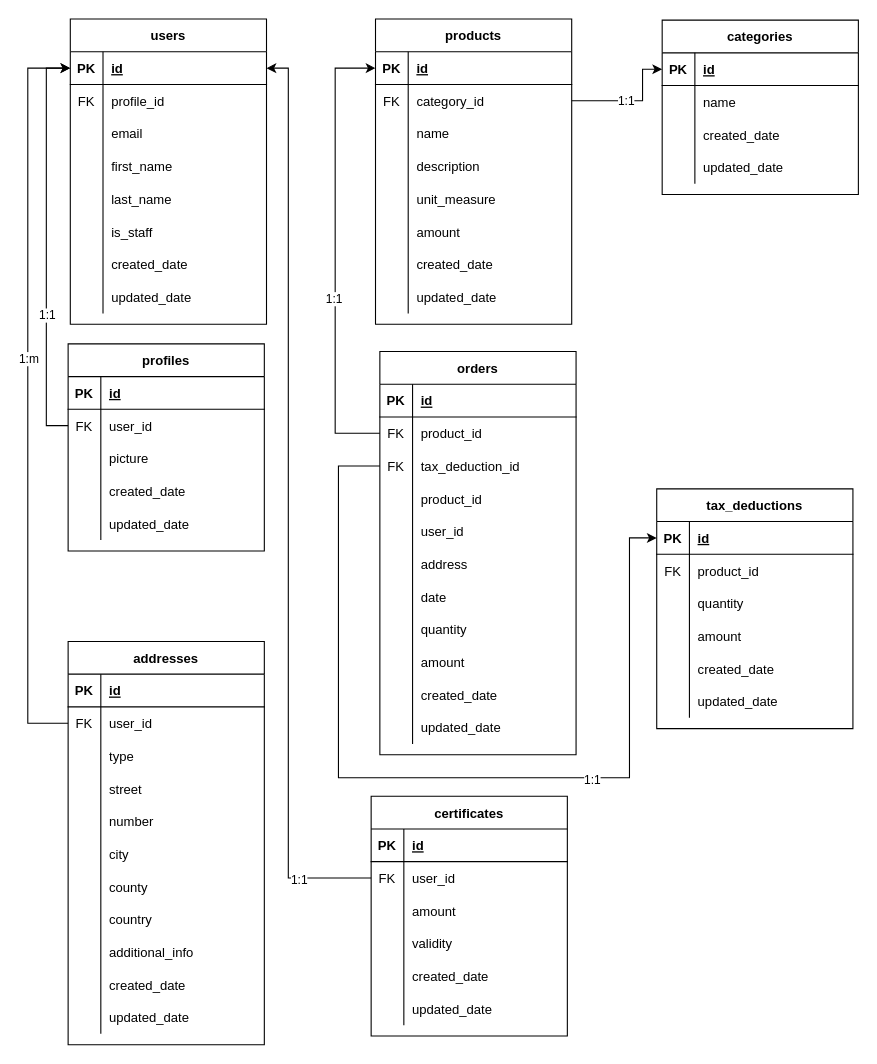
Before: WastePickupServices.drawio in PixLix1/donations_point, a draw.io diagram. Source tidied: cells renumbered, new cells numbered last; positions are measured from the earlier drawing's top-left corner, leaving out a move shared by most shapes. Both pictures are drawn from the tidied source at 109%, with x=0, y=0 at pixel (27, 19).
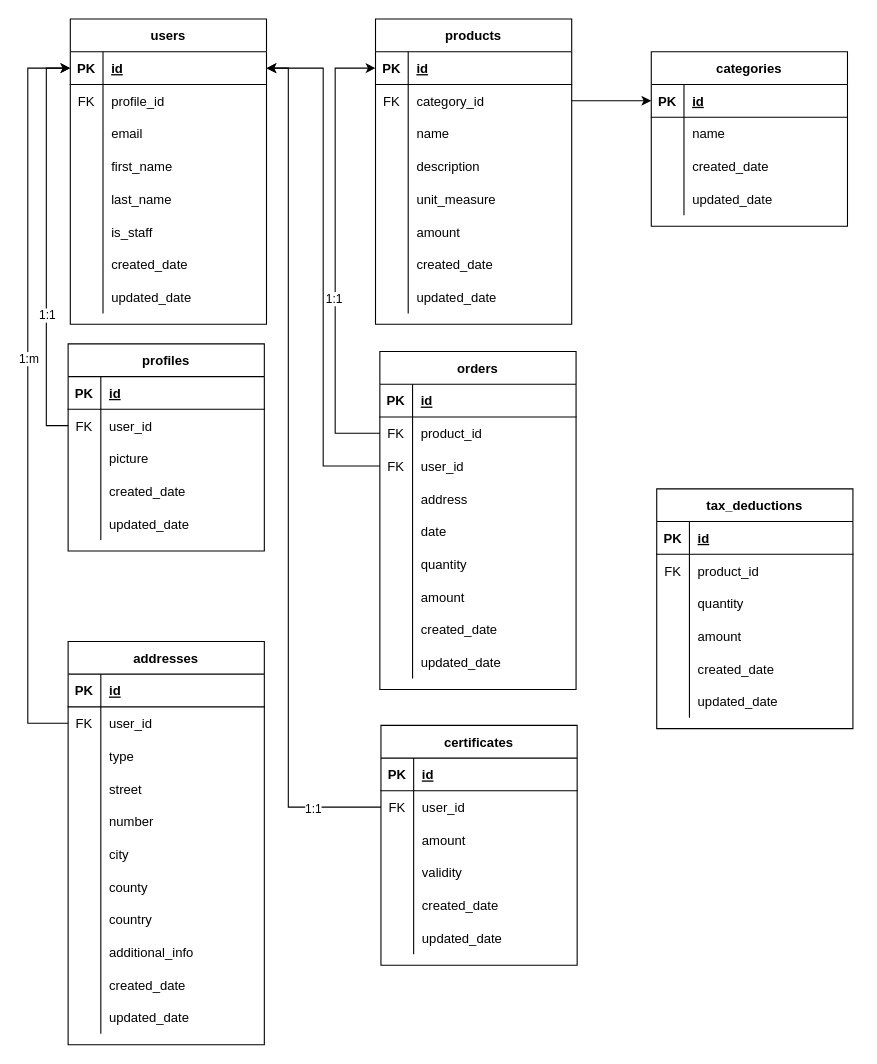
The same diagram, later.

Unchanged cells that the change refers to:
```xml
<mxCell id="3" style="shape=partialRectangle;fillColor=none;top=0;left=0;bottom=1;right=0;points=[[0,0.5],[1,0.5]];portConstraint=eastwest;" parent="2" vertex="1">
  <mxGeometry y="30" width="180" height="30" as="geometry" />
</mxCell>
<mxCell id="33" style="shape=partialRectangle;fillColor=none;top=0;left=0;bottom=0;right=0;points=[[0,0.5],[1,0.5]];portConstraint=eastwest;" parent="29" vertex="1">
  <mxGeometry y="60" width="180" height="30" as="geometry" />
</mxCell>
<mxCell id="89" style="shape=partialRectangle;fillColor=none;top=0;left=0;bottom=1;right=0;points=[[0,0.5],[1,0.5]];portConstraint=eastwest;" parent="88" vertex="1">
  <mxGeometry y="30" width="180" height="30" as="geometry" />
</mxCell>
<mxCell id="158" style="shape=partialRectangle;fillColor=none;top=0;left=0;bottom=1;right=0;points=[[0,0.5],[1,0.5]];portConstraint=eastwest;" parent="157" vertex="1">
  <mxGeometry y="30" width="180" height="30" as="geometry" />
</mxCell>
<mxCell id="182" style="shape=partialRectangle;fillColor=none;top=0;left=0;bottom=0;right=0;points=[[0,0.5],[1,0.5]];portConstraint=eastwest;" parent="178" vertex="1">
  <mxGeometry y="60" width="180" height="30" as="geometry" />
</mxCell>
```

The edit, as a diff of the source:
```diff
@@
-    <mxCell id="27" style="edgeStyle=orthogonalEdgeStyle;rounded=0;jettySize=auto;html=1;exitX=1;exitY=0.5;exitDx=0;exitDy=0;entryX=0;entryY=0.5;entryDx=0;entryDy=0;" parent="1" edge="1" source="33" target="89">
-      <mxGeometry relative="1" as="geometry">
-        <Array as="points">
-          <mxPoint x="564" y="75" />
-          <mxPoint x="564" y="46" />
-        </Array>
-      </mxGeometry>
-    </mxCell>
-    <mxCell id="28" value="1:1" style="edgeLabel;html=1;align=center;verticalAlign=middle;" parent="27" vertex="1">
-      <mxGeometry x="-0.12" y="1" relative="1" as="geometry" />
-    </mxCell>
@@
     <mxCell id="88" value="categories" style="shape=table;startSize=30;childLayout=tableLayout;rowLines=0;fontStyle=1;align=center;" parent="1" vertex="1">
-      <mxGeometry x="582" y="1" width="180" height="160" as="geometry" />
+      <mxGeometry x="572" y="30" width="180" height="160" as="geometry" />
     </mxCell>
@@
     <mxCell id="123" value="orders" style="shape=table;startSize=30;childLayout=tableLayout;rowLines=0;fontStyle=1;align=center;" parent="1" vertex="1">
-      <mxGeometry x="323" y="305" width="180" height="370" as="geometry" />
+      <mxGeometry x="323" y="305" width="180" height="310" as="geometry" />
     </mxCell>
@@
-    <mxCell id="130" style="shape=partialRectangle;fillColor=none;top=0;left=0;bottom=0;right=0;points=[[0,0.5],[1,0.5]];portConstraint=eastwest;" parent="123" vertex="1">
-      <mxGeometry y="90" width="180" height="30" as="geometry" />
-    </mxCell>
-    <mxCell id="131" value="FK" style="shape=partialRectangle;fillColor=none;top=0;left=0;bottom=0;right=0;overflow=hidden;" parent="130" vertex="1">
-      <mxGeometry width="30" height="30" as="geometry" />
-    </mxCell>
-    <mxCell id="132" value="tax_deduction_id" style="shape=partialRectangle;fillColor=none;top=0;left=0;bottom=0;right=0;align=left;spacingLeft=6;overflow=hidden;" parent="130" vertex="1">
-      <mxGeometry x="30" width="150" height="30" as="geometry" />
-    </mxCell>
-    <mxCell id="133" style="shape=partialRectangle;fillColor=none;top=0;left=0;bottom=0;right=0;" parent="123" vertex="1">
-      <mxGeometry y="120" width="180" height="30" as="geometry" />
-    </mxCell>
-    <mxCell id="134" style="shape=partialRectangle;fillColor=none;top=0;left=0;bottom=0;right=0;overflow=hidden;" parent="133" vertex="1">
-      <mxGeometry width="30" height="30" as="geometry" />
-    </mxCell>
-    <mxCell id="135" value="product_id" style="shape=partialRectangle;fillColor=none;top=0;left=0;bottom=0;right=0;align=left;spacingLeft=6;overflow=hidden;" parent="133" vertex="1">
-      <mxGeometry x="30" width="150" height="30" as="geometry" />
-    </mxCell>
     <mxCell id="136" style="shape=partialRectangle;fillColor=none;top=0;left=0;bottom=0;right=0;points=[[0,0.5],[1,0.5]];portConstraint=eastwest;" parent="123" vertex="1">
-      <mxGeometry y="150" width="180" height="30" as="geometry" />
+      <mxGeometry y="90" width="180" height="30" as="geometry" />
     </mxCell>
-    <mxCell id="137" style="shape=partialRectangle;fillColor=none;top=0;left=0;bottom=0;right=0;overflow=hidden;" parent="136" vertex="1">
+    <mxCell id="137" value="FK" style="shape=partialRectangle;fillColor=none;top=0;left=0;bottom=0;right=0;overflow=hidden;" parent="136" vertex="1">
       <mxGeometry width="30" height="30" as="geometry" />
     </mxCell>
@@
     <mxCell id="139" style="shape=partialRectangle;fillColor=none;top=0;left=0;bottom=0;right=0;" parent="123" vertex="1">
-      <mxGeometry y="180" width="180" height="30" as="geometry" />
+      <mxGeometry y="120" width="180" height="30" as="geometry" />
     </mxCell>
@@
     <mxCell id="142" style="shape=partialRectangle;fillColor=none;top=0;left=0;bottom=0;right=0;" parent="123" vertex="1">
-      <mxGeometry y="210" width="180" height="30" as="geometry" />
+      <mxGeometry y="150" width="180" height="30" as="geometry" />
     </mxCell>
@@
     <mxCell id="145" style="shape=partialRectangle;fillColor=none;top=0;left=0;bottom=0;right=0;" parent="123" vertex="1">
-      <mxGeometry y="240" width="180" height="30" as="geometry" />
+      <mxGeometry y="180" width="180" height="30" as="geometry" />
     </mxCell>
@@
     <mxCell id="148" style="shape=partialRectangle;fillColor=none;top=0;left=0;bottom=0;right=0;" parent="123" vertex="1">
-      <mxGeometry y="270" width="180" height="30" as="geometry" />
+      <mxGeometry y="210" width="180" height="30" as="geometry" />
     </mxCell>
@@
     <mxCell id="151" style="shape=partialRectangle;fillColor=none;top=0;left=0;bottom=0;right=0;" parent="123" vertex="1">
-      <mxGeometry y="300" width="180" height="30" as="geometry" />
+      <mxGeometry y="240" width="180" height="30" as="geometry" />
     </mxCell>
@@
     <mxCell id="154" style="shape=partialRectangle;fillColor=none;top=0;left=0;bottom=0;right=0;" parent="123" vertex="1">
-      <mxGeometry y="330" width="180" height="30" as="geometry" />
+      <mxGeometry y="270" width="180" height="30" as="geometry" />
     </mxCell>
@@
-    <mxCell id="176" style="edgeStyle=orthogonalEdgeStyle;rounded=0;jettySize=auto;html=1;exitX=0;exitY=0.5;exitDx=0;exitDy=0;entryX=0;entryY=0.5;entryDx=0;entryDy=0;" parent="1" edge="1" source="130" target="158">
-      <mxGeometry relative="1" as="geometry">
-        <Array as="points">
-          <mxPoint x="285" y="410" />
-          <mxPoint x="285" y="696" />
-          <mxPoint x="552" y="696" />
-          <mxPoint x="552" y="476" />
-        </Array>
-      </mxGeometry>
-    </mxCell>
-    <mxCell id="177" value="1:1" style="edgeLabel;html=1;align=center;verticalAlign=middle;" parent="176" vertex="1">
-      <mxGeometry x="0.33" y="-1" relative="1" as="geometry" />
-    </mxCell>
     <mxCell id="178" value="certificates" style="shape=table;startSize=30;childLayout=tableLayout;rowLines=0;fontStyle=1;align=center;" parent="1" vertex="1">
-      <mxGeometry x="315" y="713" width="180" height="220" as="geometry" />
+      <mxGeometry x="324" y="648" width="180" height="220" as="geometry" />
     </mxCell>
@@
     <mxCell id="197" style="edgeStyle=orthogonalEdgeStyle;rounded=0;jettySize=auto;html=1;exitX=0;exitY=0.5;exitDx=0;exitDy=0;entryX=1;entryY=0.5;entryDx=0;entryDy=0;" parent="1" edge="1" source="182" target="3">
       <mxGeometry relative="1" as="geometry">
         <Array as="points">
-          <mxPoint x="239" y="788" />
+          <mxPoint x="239" y="723" />
           <mxPoint x="239" y="45" />
         </Array>
       </mxGeometry>
     </mxCell>
@@
+    <mxCell id="199" style="edgeStyle=orthogonalEdgeStyle;rounded=0;jettySize=auto;html=1;exitX=0;exitY=0.5;exitDx=0;exitDy=0;entryX=1;entryY=0.5;entryDx=0;entryDy=0;" parent="1" edge="1" source="136" target="3">
+      <mxGeometry relative="1" as="geometry" />
+    </mxCell>
+    <mxCell id="27" style="edgeStyle=orthogonalEdgeStyle;rounded=0;jettySize=auto;html=1;exitX=1;exitY=0.5;exitDx=0;exitDy=0;" parent="1" edge="1" source="33" target="89">
+      <mxGeometry relative="1" as="geometry" />
+    </mxCell>
```
